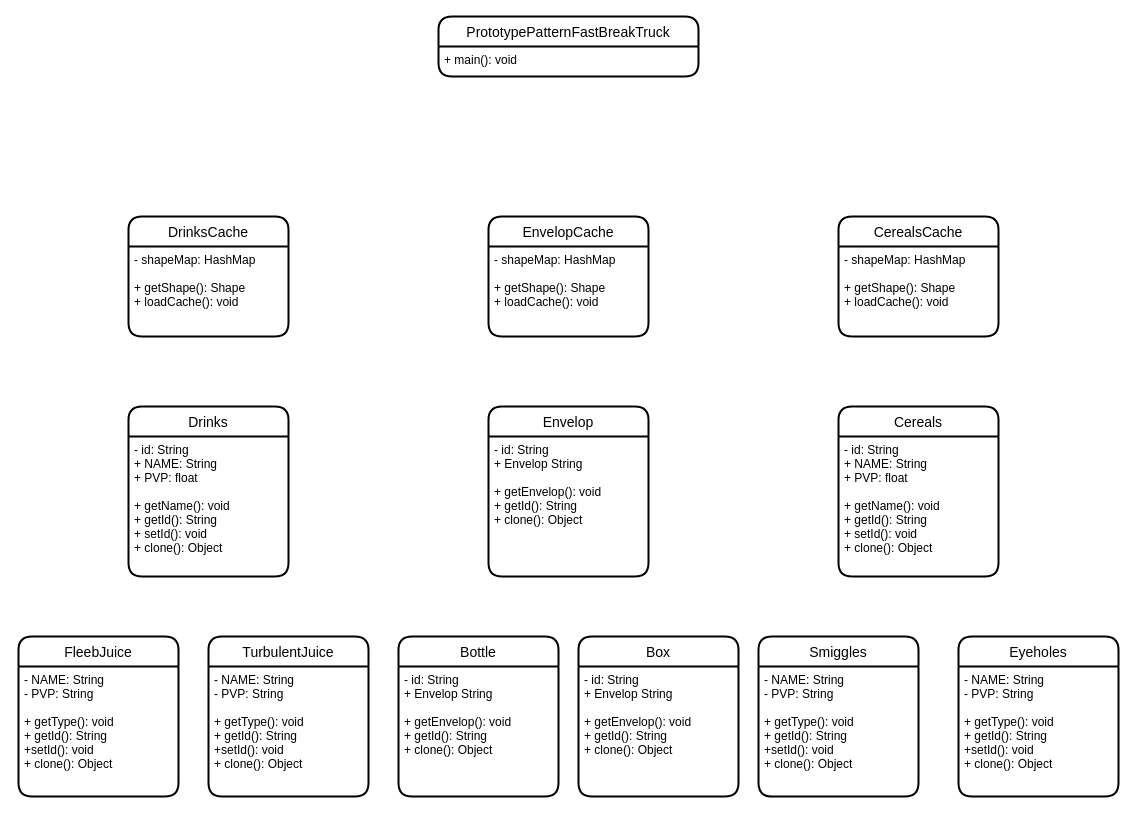
pau13-loop/Fast-Break-Truck keeps this draw.io diagram as fastbreaktruck/doc/fast-break-truck.drawio. Above is the earlier version. Source tidied: cells renumbered, new cells numbered last; positions are measured from the earlier drawing's top-left corner, leaving out a move shared by most shapes. Both pictures are drawn from the tidied source at 100%, with x=0, y=0 at pixel (18, 16).
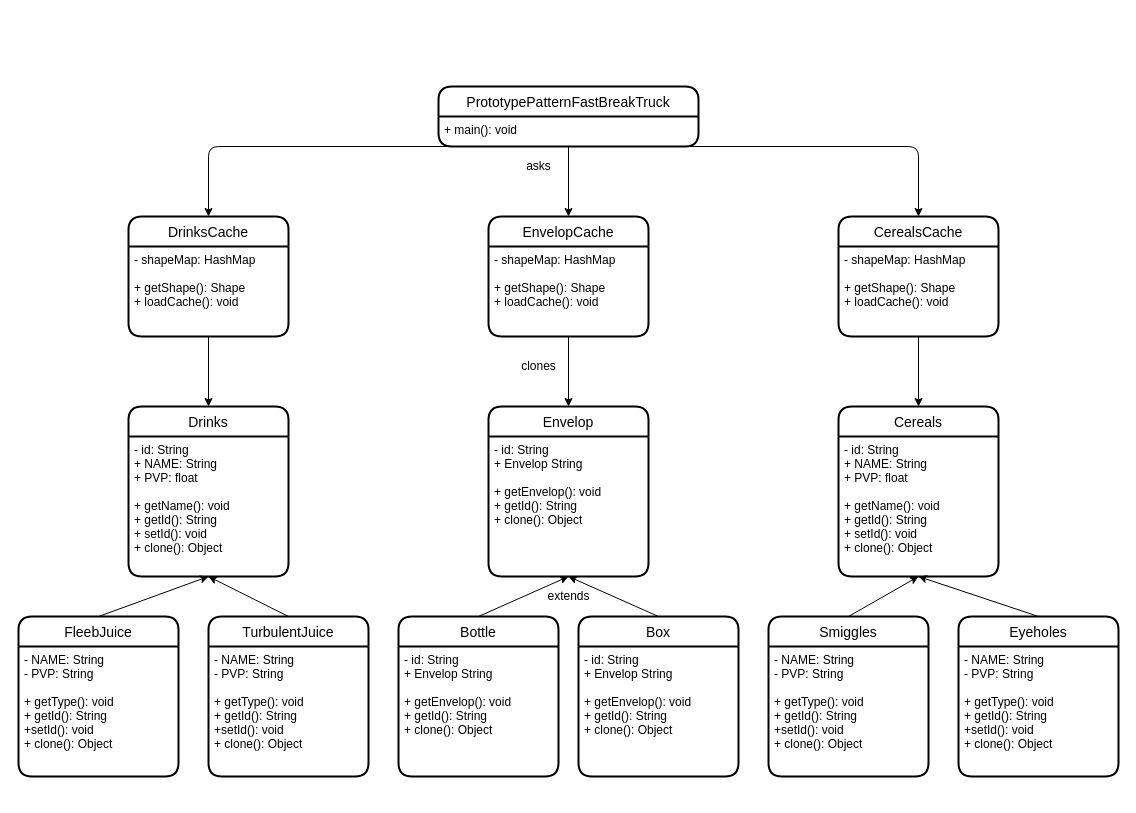
After the change.

Commit message (it also covers changes not shown here):
docs: :memo: Update UML diagram

The change refers to these unchanged cells:
```xml
<mxCell id="14" value="Drinks" style="swimlane;horizontal=1;startSize=30;rounded=1;fontSize=14;fontStyle=0;strokeWidth=2;shadow=0;dashed=0;align=center;" parent="1" vertex="1">
  <mxGeometry x="110" y="390" width="160" height="170" as="geometry" />
</mxCell>
<mxCell id="15" value="- id: String&#10;+ NAME: String&#10;+ PVP: float&#10;&#10;+ getName(): void&#10;+ getId(): String&#10;+ setId(): void&#10;+ clone(): Object&#10;" style="align=left;strokeColor=none;fillColor=none;spacingLeft=4;fontSize=12;verticalAlign=top;" parent="14" vertex="1">
  <mxGeometry y="30" width="160" height="140" as="geometry" />
</mxCell>
<mxCell id="16" value="Envelop" style="swimlane;horizontal=1;startSize=30;rounded=1;fontSize=14;fontStyle=0;strokeWidth=2;shadow=0;dashed=0;align=center;" parent="1" vertex="1">
  <mxGeometry x="470" y="390" width="160" height="170" as="geometry" />
</mxCell>
<mxCell id="17" value="- id: String&#10;+ Envelop String&#10;&#10;+ getEnvelop(): void&#10;+ getId(): String&#10;+ clone(): Object&#10;" style="align=left;strokeColor=none;fillColor=none;spacingLeft=4;fontSize=12;verticalAlign=top;" parent="16" vertex="1">
  <mxGeometry y="30" width="160" height="140" as="geometry" />
</mxCell>
<mxCell id="18" value="Cereals" style="swimlane;horizontal=1;startSize=30;rounded=1;fontSize=14;fontStyle=0;strokeWidth=2;shadow=0;dashed=0;align=center;" parent="1" vertex="1">
  <mxGeometry x="820" y="390" width="160" height="170" as="geometry" />
</mxCell>
<mxCell id="19" value="- id: String&#10;+ NAME: String&#10;+ PVP: float&#10;&#10;+ getName(): void&#10;+ getId(): String&#10;+ setId(): void&#10;+ clone(): Object&#10;" style="align=left;strokeColor=none;fillColor=none;spacingLeft=4;fontSize=12;verticalAlign=top;" parent="18" vertex="1">
  <mxGeometry y="30" width="160" height="140" as="geometry" />
</mxCell>
<mxCell id="20" value="DrinksCache" style="swimlane;horizontal=1;startSize=30;rounded=1;fontSize=14;fontStyle=0;strokeWidth=2;shadow=0;dashed=0;align=center;" parent="1" vertex="1">
  <mxGeometry x="110" y="200" width="160" height="120" as="geometry" />
</mxCell>
<mxCell id="21" value="- shapeMap: HashMap&#10;&#10;+ getShape(): Shape&#10;+ loadCache(): void" style="align=left;strokeColor=none;fillColor=none;spacingLeft=4;fontSize=12;verticalAlign=top;" parent="20" vertex="1">
  <mxGeometry y="30" width="160" height="90" as="geometry" />
</mxCell>
<mxCell id="22" value="EnvelopCache" style="swimlane;horizontal=1;startSize=30;rounded=1;fontSize=14;fontStyle=0;strokeWidth=2;shadow=0;dashed=0;align=center;" parent="1" vertex="1">
  <mxGeometry x="470" y="200" width="160" height="120" as="geometry" />
</mxCell>
<mxCell id="23" value="- shapeMap: HashMap&#10;&#10;+ getShape(): Shape&#10;+ loadCache(): void" style="align=left;strokeColor=none;fillColor=none;spacingLeft=4;fontSize=12;verticalAlign=top;" parent="22" vertex="1">
  <mxGeometry y="30" width="160" height="90" as="geometry" />
</mxCell>
<mxCell id="24" value="CerealsCache" style="swimlane;horizontal=1;startSize=30;rounded=1;fontSize=14;fontStyle=0;strokeWidth=2;shadow=0;dashed=0;align=center;" parent="1" vertex="1">
  <mxGeometry x="820" y="200" width="160" height="120" as="geometry" />
</mxCell>
<mxCell id="25" value="- shapeMap: HashMap&#10;&#10;+ getShape(): Shape&#10;+ loadCache(): void" style="align=left;strokeColor=none;fillColor=none;spacingLeft=4;fontSize=12;verticalAlign=top;" parent="24" vertex="1">
  <mxGeometry y="30" width="160" height="90" as="geometry" />
</mxCell>
<mxCell id="27" value="+ main(): void" style="align=left;strokeColor=none;fillColor=none;spacingLeft=4;fontSize=12;verticalAlign=top;" parent="26" vertex="1">
  <mxGeometry y="30" width="260" height="30" as="geometry" />
</mxCell>
```

The edit, as a diff of the source:
```diff
@@
     <mxCell id="2" value="TurbulentJuice" style="swimlane;horizontal=1;startSize=30;rounded=1;fontSize=14;fontStyle=0;strokeWidth=2;shadow=0;dashed=0;align=center;" parent="1" vertex="1">
-      <mxGeometry x="190" y="620" width="160" height="160" as="geometry" />
+      <mxGeometry x="190" y="600" width="160" height="160" as="geometry" />
     </mxCell>
@@
     <mxCell id="4" value="FleebJuice" style="swimlane;horizontal=1;startSize=30;rounded=1;fontSize=14;fontStyle=0;strokeWidth=2;shadow=0;dashed=0;align=center;" parent="1" vertex="1">
-      <mxGeometry y="620" width="160" height="160" as="geometry" />
+      <mxGeometry y="600" width="160" height="160" as="geometry" />
     </mxCell>
@@
     <mxCell id="6" value="Bottle" style="swimlane;horizontal=1;startSize=30;rounded=1;fontSize=14;fontStyle=0;strokeWidth=2;shadow=0;dashed=0;align=center;" parent="1" vertex="1">
-      <mxGeometry x="380" y="620" width="160" height="160" as="geometry" />
+      <mxGeometry x="380" y="600" width="160" height="160" as="geometry" />
     </mxCell>
@@
     <mxCell id="8" value="Box" style="swimlane;horizontal=1;startSize=30;rounded=1;fontSize=14;fontStyle=0;strokeWidth=2;shadow=0;dashed=0;align=center;" parent="1" vertex="1">
-      <mxGeometry x="560" y="620" width="160" height="160" as="geometry" />
+      <mxGeometry x="560" y="600" width="160" height="160" as="geometry" />
     </mxCell>
@@
     <mxCell id="10" value="Smiggles" style="swimlane;horizontal=1;startSize=30;rounded=1;fontSize=14;fontStyle=0;strokeWidth=2;shadow=0;dashed=0;align=center;" parent="1" vertex="1">
-      <mxGeometry x="740" y="620" width="160" height="160" as="geometry" />
+      <mxGeometry x="750" y="600" width="160" height="160" as="geometry" />
     </mxCell>
@@
     <mxCell id="12" value="Eyeholes" style="swimlane;horizontal=1;startSize=30;rounded=1;fontSize=14;fontStyle=0;strokeWidth=2;shadow=0;dashed=0;align=center;" parent="1" vertex="1">
-      <mxGeometry x="940" y="620" width="160" height="160" as="geometry" />
+      <mxGeometry x="940" y="600" width="160" height="160" as="geometry" />
     </mxCell>
@@
     <mxCell id="26" value="PrototypePatternFastBreakTruck" style="swimlane;horizontal=1;startSize=30;rounded=1;fontSize=14;fontStyle=0;strokeWidth=2;shadow=0;dashed=0;align=center;" parent="1" vertex="1">
-      <mxGeometry x="420" width="260" height="60" as="geometry" />
+      <mxGeometry x="420" y="70" width="260" height="60" as="geometry" />
     </mxCell>
@@
+    <mxCell id="28" style="endArrow=classic;html=1;exitX=0.5;exitY=1;exitDx=0;exitDy=0;entryX=0.5;entryY=0;entryDx=0;entryDy=0;" parent="1" edge="1" source="27" target="22">
+      <mxGeometry relative="1" as="geometry" />
+    </mxCell>
+    <mxCell id="29" style="endArrow=classic;html=1;exitX=0.5;exitY=1;exitDx=0;exitDy=0;entryX=0.5;entryY=0;entryDx=0;entryDy=0;" parent="1" edge="1" source="27" target="20">
+      <mxGeometry relative="1" as="geometry">
+        <Array as="points">
+          <mxPoint x="190" y="130" />
+        </Array>
+      </mxGeometry>
+    </mxCell>
+    <mxCell id="30" style="endArrow=classic;html=1;exitX=0.5;exitY=1;exitDx=0;exitDy=0;entryX=0.5;entryY=0;entryDx=0;entryDy=0;" parent="1" edge="1" source="27" target="24">
+      <mxGeometry relative="1" as="geometry">
+        <Array as="points">
+          <mxPoint x="900" y="130" />
+        </Array>
+      </mxGeometry>
+    </mxCell>
+    <mxCell id="31" style="endArrow=classic;html=1;exitX=0.5;exitY=1;exitDx=0;exitDy=0;entryX=0.5;entryY=0;entryDx=0;entryDy=0;" parent="1" edge="1" source="23" target="16">
+      <mxGeometry relative="1" as="geometry" />
+    </mxCell>
+    <mxCell id="32" style="endArrow=classic;html=1;exitX=0.5;exitY=1;exitDx=0;exitDy=0;entryX=0.5;entryY=0;entryDx=0;entryDy=0;" parent="1" edge="1" source="21" target="14">
+      <mxGeometry relative="1" as="geometry" />
+    </mxCell>
+    <mxCell id="33" style="endArrow=classic;html=1;exitX=0.5;exitY=1;exitDx=0;exitDy=0;entryX=0.5;entryY=0;entryDx=0;entryDy=0;" parent="1" edge="1" source="25" target="18">
+      <mxGeometry relative="1" as="geometry" />
+    </mxCell>
+    <mxCell id="34" style="endArrow=classic;html=1;exitX=0.5;exitY=0;exitDx=0;exitDy=0;entryX=0.5;entryY=1;entryDx=0;entryDy=0;" parent="1" edge="1" source="12" target="19">
+      <mxGeometry relative="1" as="geometry" />
+    </mxCell>
+    <mxCell id="35" style="endArrow=classic;html=1;entryX=0.5;entryY=1;entryDx=0;entryDy=0;exitX=0.5;exitY=0;exitDx=0;exitDy=0;" parent="1" edge="1" source="10" target="19">
+      <mxGeometry relative="1" as="geometry" />
+    </mxCell>
+    <mxCell id="36" style="endArrow=classic;html=1;exitX=0.5;exitY=0;exitDx=0;exitDy=0;entryX=0.5;entryY=1;entryDx=0;entryDy=0;" parent="1" edge="1" source="8" target="17">
+      <mxGeometry relative="1" as="geometry" />
+    </mxCell>
+    <mxCell id="37" style="endArrow=classic;html=1;exitX=0.5;exitY=0;exitDx=0;exitDy=0;entryX=0.5;entryY=1;entryDx=0;entryDy=0;" parent="1" edge="1" source="6" target="17">
+      <mxGeometry relative="1" as="geometry" />
+    </mxCell>
+    <mxCell id="38" style="endArrow=classic;html=1;exitX=0.5;exitY=0;exitDx=0;exitDy=0;entryX=0.5;entryY=1;entryDx=0;entryDy=0;" parent="1" edge="1" source="2" target="15">
+      <mxGeometry relative="1" as="geometry" />
+    </mxCell>
+    <mxCell id="39" style="endArrow=classic;html=1;entryX=0.5;entryY=1;entryDx=0;entryDy=0;exitX=0.5;exitY=0;exitDx=0;exitDy=0;" parent="1" edge="1" source="4" target="15">
+      <mxGeometry relative="1" as="geometry" />
+    </mxCell>
+    <mxCell id="40" value="asks" style="text;html=1;align=center;verticalAlign=middle;strokeColor=none;rotation=0;" parent="1" vertex="1">
+      <mxGeometry x="500" y="140" width="40" height="20" as="geometry" />
+    </mxCell>
+    <mxCell id="41" value="clones" style="text;html=1;align=center;verticalAlign=middle;strokeColor=none;" parent="1" vertex="1">
+      <mxGeometry x="495" y="340" width="50" height="20" as="geometry" />
+    </mxCell>
+    <mxCell id="42" value="extends" style="text;html=1;align=center;verticalAlign=middle;strokeColor=none;" parent="1" vertex="1">
+      <mxGeometry x="520" y="570" width="60" height="20" as="geometry" />
+    </mxCell>
```
